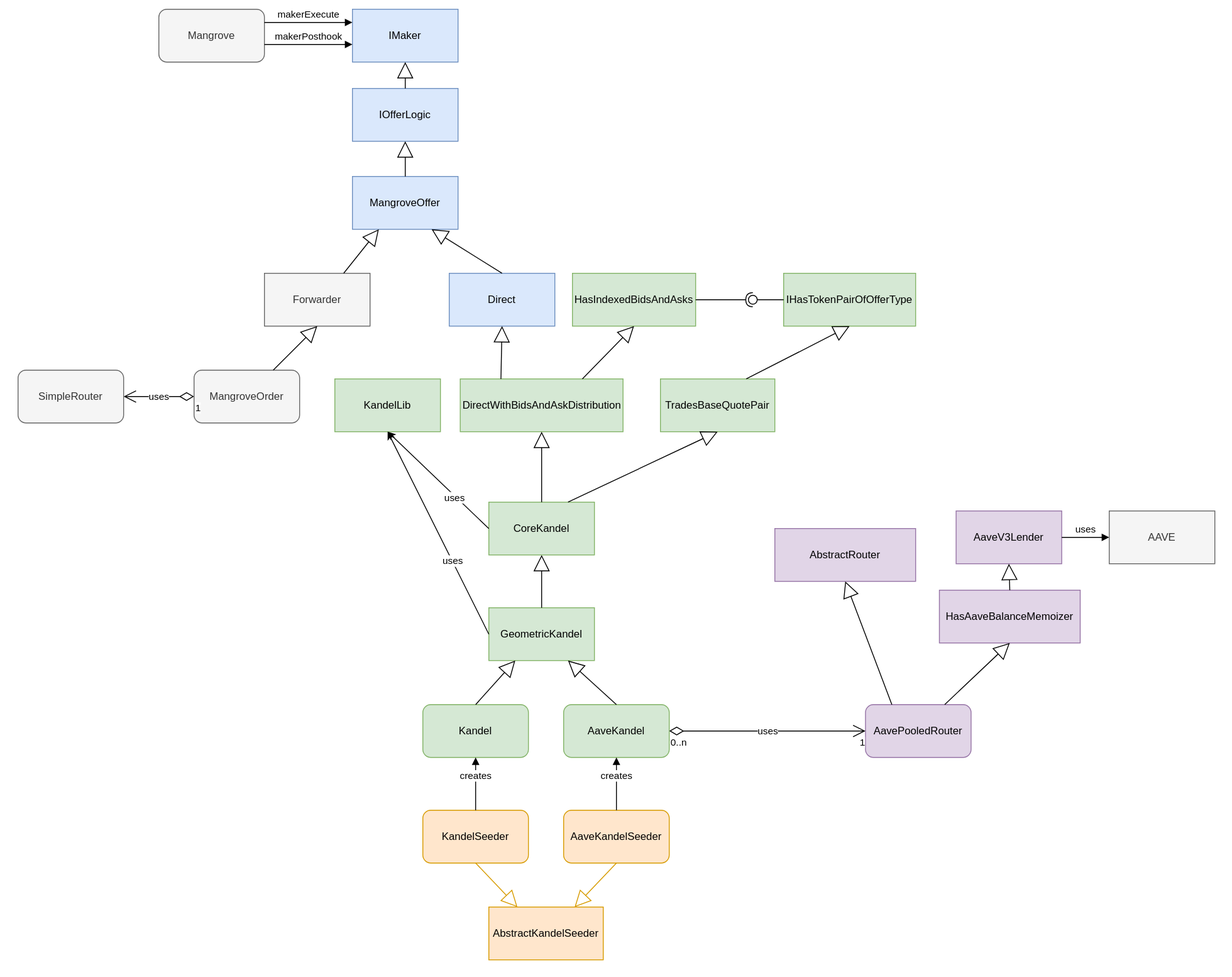
Before: src/strategies/kandel.drawio.svg, a diagram exported from draw.io (mangrovedao/mangrove-strats). Source tidied: cells renumbered, new cells last; positions are measured from the earlier drawing's top-left corner, leaving out a move shared by most shapes.
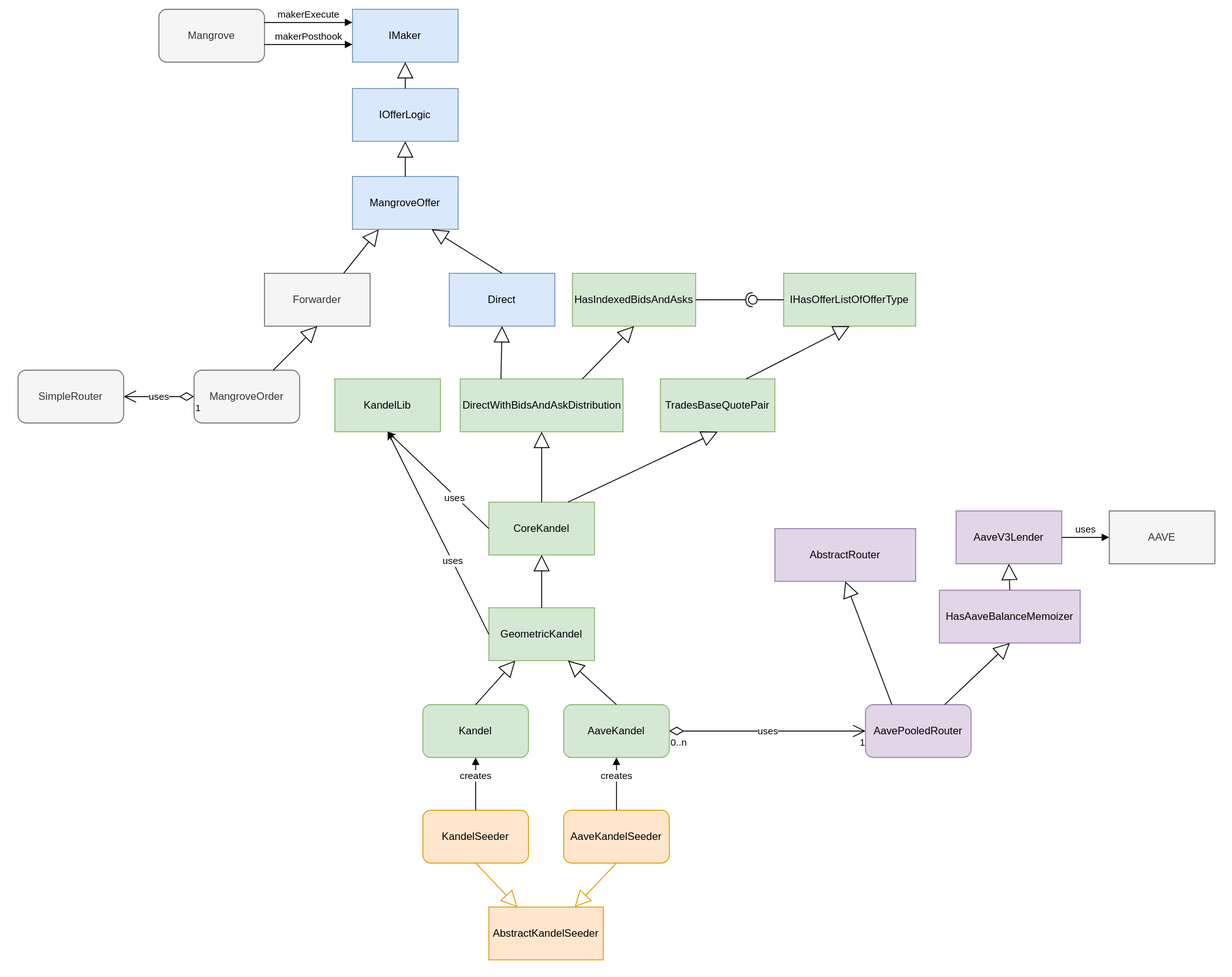
The same file after the commit.

Commit message:
Update AUDIT_TRAIL

Diff of the diagram source:
```diff
@@ -38,7 +38,7 @@
     <mxCell id="13" style="endArrow=block;endSize=16;endFill=0;html=1;rounded=0;entryX=0.5;entryY=1;entryDx=0;entryDy=0;exitX=0.75;exitY=0;exitDx=0;exitDy=0;" parent="1" edge="1" source="5" target="6">
       <mxGeometry relative="1" as="geometry" />
     </mxCell>
-    <mxCell id="14" value="IHasTokenPairOfOfferType" style="rounded=0;whiteSpace=wrap;html=1;fillColor=#d5e8d4;strokeColor=#82b366;" parent="1" vertex="1">
+    <mxCell id="14" value="IHasOfferListOfOfferType" style="rounded=0;whiteSpace=wrap;html=1;fillColor=#d5e8d4;strokeColor=#82b366;" parent="1" vertex="1">
       <mxGeometry x="693" y="110" width="150" height="60" as="geometry" />
     </mxCell>
     <mxCell id="15" style="endArrow=block;endSize=16;endFill=0;html=1;rounded=0;entryX=0.5;entryY=1;entryDx=0;entryDy=0;exitX=0.75;exitY=0;exitDx=0;exitDy=0;" parent="1" edge="1" source="6" target="14">
```
